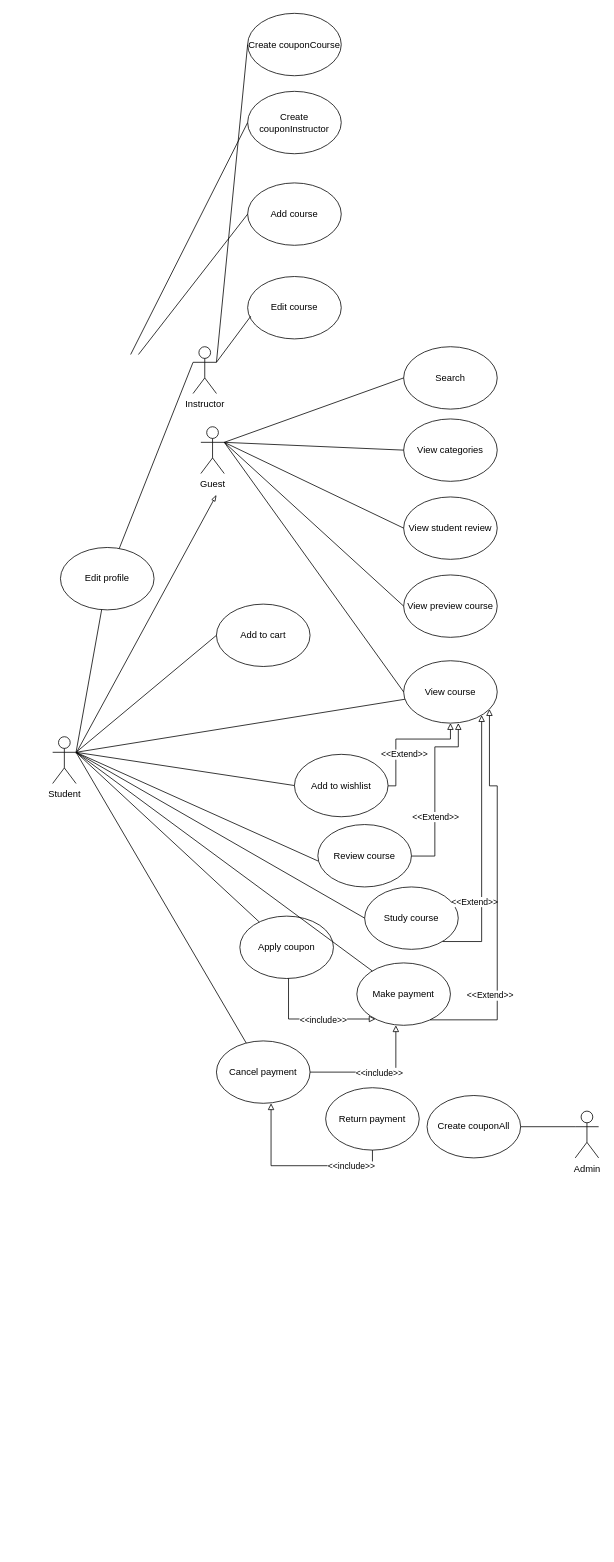
Earlier version of the draw.io diagram Untitled Diagram.drawio (pratanporn13promax/OOP-Class-Sequence-UseCase-Diagram). Source tidied: cells renumbered, new cells numbered last; positions are measured from the earlier drawing's top-left corner, leaving out a move shared by most shapes. Both pictures are drawn from the tidied source at 78%, with x=0, y=0 at pixel (52, 13).
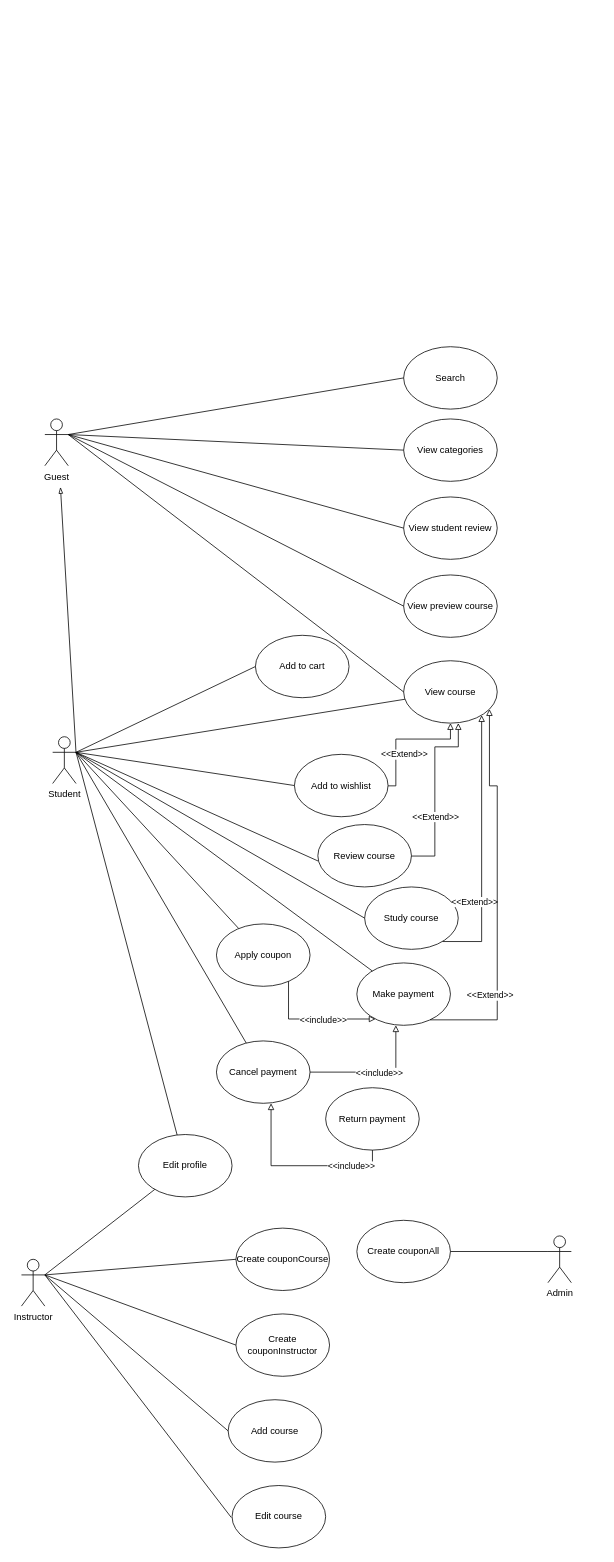
Above is the later version.

Commit message:
use case diagram

The change refers to these unchanged cells:
```xml
<mxCell id="7" value="View categories" style="ellipse;whiteSpace=wrap;html=1;" parent="1" vertex="1">
  <mxGeometry x="450" y="519.6" width="120" height="80" as="geometry" />
</mxCell>
<mxCell id="9" value="View preview course" style="ellipse;whiteSpace=wrap;html=1;" parent="1" vertex="1">
  <mxGeometry x="450" y="719.6" width="120" height="80" as="geometry" />
</mxCell>
<mxCell id="12" value="View course" style="ellipse;whiteSpace=wrap;html=1;" parent="1" vertex="1">
  <mxGeometry x="450" y="829.6" width="120" height="80" as="geometry" />
</mxCell>
```

The edit, as a diff of the source:
```diff
@@
     <mxCell id="2" value="Admin&lt;br&gt;" style="shape=umlActor;verticalLabelPosition=bottom;verticalAlign=top;html=1;outlineConnect=0;" parent="1" vertex="1">
-      <mxGeometry x="670" y="1407" width="30" height="60" as="geometry" />
+      <mxGeometry x="635" y="1567" width="30" height="60" as="geometry" />
     </mxCell>
     <mxCell id="3" value="Guest" style="shape=umlActor;verticalLabelPosition=bottom;verticalAlign=top;html=1;outlineConnect=0;" parent="1" vertex="1">
-      <mxGeometry x="190" y="529.6" width="30" height="60" as="geometry" />
+      <mxGeometry x="-10" y="519.6" width="30" height="60" as="geometry" />
     </mxCell>
@@
     <mxCell id="5" value="Instructor" style="shape=umlActor;verticalLabelPosition=bottom;verticalAlign=top;html=1;outlineConnect=0;" parent="1" vertex="1">
-      <mxGeometry x="180" y="427" width="30" height="60" as="geometry" />
+      <mxGeometry x="-40" y="1597" width="30" height="60" as="geometry" />
     </mxCell>
@@
     <mxCell id="13" value="Add to cart" style="ellipse;whiteSpace=wrap;html=1;" parent="1" vertex="1">
-      <mxGeometry x="210" y="757" width="120" height="80" as="geometry" />
+      <mxGeometry x="260" y="797" width="120" height="80" as="geometry" />
     </mxCell>
@@
     <mxCell id="22" value="Apply coupon" style="ellipse;whiteSpace=wrap;html=1;" parent="1" vertex="1">
-      <mxGeometry x="240" y="1157" width="120" height="80" as="geometry" />
+      <mxGeometry x="210" y="1167" width="120" height="80" as="geometry" />
     </mxCell>
@@
     <mxCell id="25" value="Create couponAll" style="ellipse;whiteSpace=wrap;html=1;" parent="1" vertex="1">
-      <mxGeometry x="480" y="1387" width="120" height="80" as="geometry" />
+      <mxGeometry x="390" y="1547" width="120" height="80" as="geometry" />
     </mxCell>
     <mxCell id="26" value="Create couponCourse" style="ellipse;whiteSpace=wrap;html=1;" parent="1" vertex="1">
-      <mxGeometry x="250" y="-0.4" width="120" height="80" as="geometry" />
+      <mxGeometry x="235" y="1557" width="120" height="80" as="geometry" />
     </mxCell>
     <mxCell id="27" value="Create couponInstructor" style="ellipse;whiteSpace=wrap;html=1;" parent="1" vertex="1">
-      <mxGeometry x="250" y="99.6" width="120" height="80" as="geometry" />
+      <mxGeometry x="235" y="1667" width="120" height="80" as="geometry" />
     </mxCell>
     <mxCell id="28" value="Add course" style="ellipse;whiteSpace=wrap;html=1;" parent="1" vertex="1">
-      <mxGeometry x="250" y="217" width="120" height="80" as="geometry" />
+      <mxGeometry x="225" y="1777" width="120" height="80" as="geometry" />
     </mxCell>
     <mxCell id="29" value="Edit profile" style="ellipse;whiteSpace=wrap;html=1;" parent="1" vertex="1">
-      <mxGeometry x="10" y="684.4" width="120" height="80" as="geometry" />
+      <mxGeometry x="110" y="1437" width="120" height="80" as="geometry" />
     </mxCell>
     <mxCell id="30" value="Edit course" style="ellipse;whiteSpace=wrap;html=1;" parent="1" vertex="1">
-      <mxGeometry x="250" y="337" width="120" height="80" as="geometry" />
+      <mxGeometry x="230" y="1887" width="120" height="80" as="geometry" />
     </mxCell>
-    <mxCell id="31" style="endArrow=none;html=1;rounded=0;" parent="1" edge="1">
+    <mxCell id="31" style="endArrow=none;html=1;rounded=0;exitX=1;exitY=0.3333333333333333;exitDx=0;exitDy=0;exitPerimeter=0;" parent="1" edge="1" source="3">
       <mxGeometry relative="1" as="geometry">
-        <mxPoint x="220" y="549.6" as="sourcePoint" />
         <mxPoint x="450" y="467" as="targetPoint" />
       </mxGeometry>
     </mxCell>
-    <mxCell id="32" style="endArrow=none;html=1;rounded=0;entryX=0;entryY=0.5;entryDx=0;entryDy=0;" parent="1" edge="1" target="7">
-      <mxGeometry relative="1" as="geometry">
-        <mxPoint x="220" y="549.6" as="sourcePoint" />
-      </mxGeometry>
+    <mxCell id="32" style="endArrow=none;html=1;rounded=0;entryX=0;entryY=0.5;entryDx=0;entryDy=0;exitX=1;exitY=0.3333333333333333;exitDx=0;exitDy=0;exitPerimeter=0;" parent="1" edge="1" source="3" target="7">
+      <mxGeometry relative="1" as="geometry" />
     </mxCell>
@@
-    <mxCell id="35" style="endArrow=none;html=1;rounded=0;entryX=0;entryY=0.5;entryDx=0;entryDy=0;" parent="1" edge="1" target="9">
-      <mxGeometry relative="1" as="geometry">
-        <mxPoint x="220" y="549.6" as="sourcePoint" />
-      </mxGeometry>
+    <mxCell id="35" style="endArrow=none;html=1;rounded=0;entryX=0;entryY=0.5;entryDx=0;entryDy=0;exitX=1;exitY=0.3333333333333333;exitDx=0;exitDy=0;exitPerimeter=0;" parent="1" edge="1" source="3" target="9">
+      <mxGeometry relative="1" as="geometry" />
     </mxCell>
-    <mxCell id="36" style="endArrow=none;html=1;rounded=0;entryX=0;entryY=0.5;entryDx=0;entryDy=0;" parent="1" edge="1" target="12">
-      <mxGeometry relative="1" as="geometry">
-        <mxPoint x="220" y="549.6" as="sourcePoint" />
-      </mxGeometry>
+    <mxCell id="36" style="endArrow=none;html=1;rounded=0;entryX=0;entryY=0.5;entryDx=0;entryDy=0;exitX=1;exitY=0.3333333333333333;exitDx=0;exitDy=0;exitPerimeter=0;" parent="1" edge="1" source="3" target="12">
+      <mxGeometry relative="1" as="geometry" />
     </mxCell>
@@
-    <mxCell id="51" style="endArrow=none;html=1;rounded=0;exitX=0;exitY=0.3333333333333333;exitDx=0;exitDy=0;exitPerimeter=0;" parent="1" edge="1" source="5" target="29">
+    <mxCell id="51" style="endArrow=none;html=1;rounded=0;exitX=1;exitY=0.3333333333333333;exitDx=0;exitDy=0;exitPerimeter=0;" parent="1" edge="1" source="5" target="29">
       <mxGeometry relative="1" as="geometry" />
     </mxCell>
@@
-    <mxCell id="55" style="endArrow=none;html=1;rounded=0;entryX=1;entryY=0.3333333333333333;entryDx=0;entryDy=0;entryPerimeter=0;exitX=0.033;exitY=0.637;exitDx=0;exitDy=0;exitPerimeter=0;" parent="1" edge="1" source="30" target="5">
-      <mxGeometry relative="1" as="geometry" />
+    <mxCell id="55" style="endArrow=none;html=1;rounded=0;entryX=1;entryY=0.3333333333333333;entryDx=0;entryDy=0;entryPerimeter=0;exitX=0.033;exitY=0.637;exitDx=0;exitDy=0;exitPerimeter=0;" parent="1" edge="1" target="5">
+      <mxGeometry relative="1" as="geometry">
+        <mxPoint x="229" y="1928" as="sourcePoint" />
+      </mxGeometry>
     </mxCell>
     <mxCell id="56" style="endArrow=none;html=1;rounded=0;exitX=0;exitY=0.5;exitDx=0;exitDy=0;" parent="1" edge="1" source="28">
       <mxGeometry relative="1" as="geometry">
-        <mxPoint x="110" y="437" as="targetPoint" />
+        <mxPoint x="-10" y="1617" as="targetPoint" />
       </mxGeometry>
     </mxCell>
-    <mxCell id="57" style="endArrow=none;html=1;rounded=0;exitX=0;exitY=0.5;exitDx=0;exitDy=0;" parent="1" edge="1" source="27">
-      <mxGeometry relative="1" as="geometry">
-        <mxPoint x="100" y="437" as="targetPoint" />
-      </mxGeometry>
+    <mxCell id="57" style="endArrow=none;html=1;rounded=0;exitX=0;exitY=0.5;exitDx=0;exitDy=0;entryX=1;entryY=0.3333333333333333;entryDx=0;entryDy=0;entryPerimeter=0;" parent="1" edge="1" source="27" target="5">
+      <mxGeometry relative="1" as="geometry" />
     </mxCell>
@@
     <mxCell id="59" style="endArrow=blockThin;html=1;rounded=0;endFill=0;" parent="1" edge="1">
       <mxGeometry relative="1" as="geometry">
         <mxPoint x="30" y="948.3" as="sourcePoint" />
-        <mxPoint x="210" y="617" as="targetPoint" />
+        <mxPoint x="10" y="607" as="targetPoint" />
       </mxGeometry>
     </mxCell>
```
